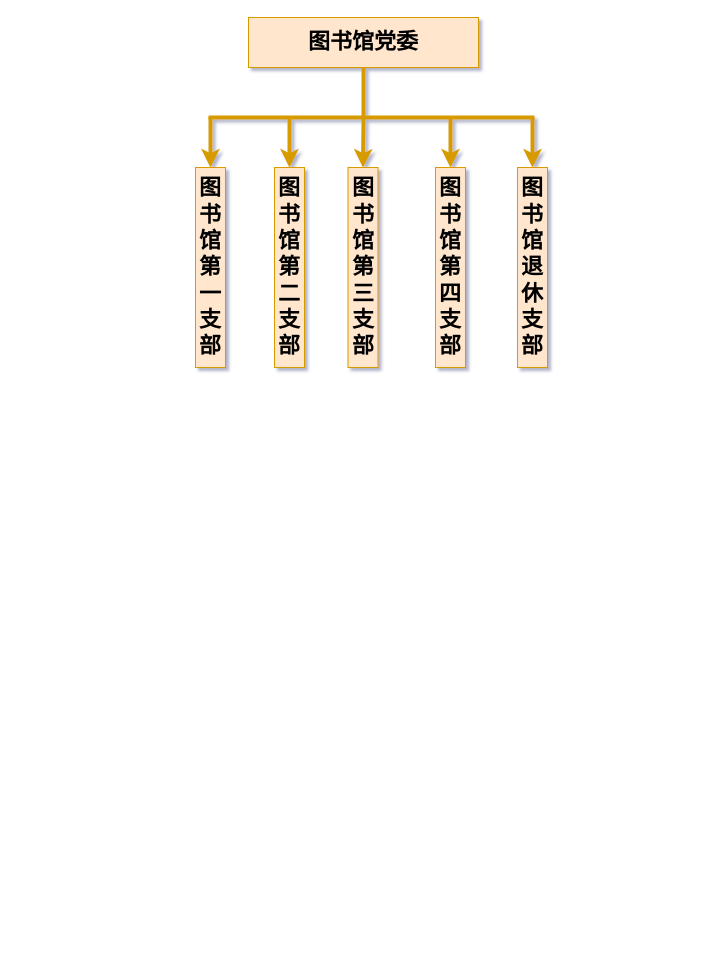
The draw.io diagram Untitled Diagram.drawio in yisqiu/iEdge, before the edit. Source tidied: cells renumbered, new cells numbered last; positions are measured from the earlier drawing's top-left corner, leaving out a move shared by most shapes. Both pictures are drawn from the tidied source at 100%, with x=0, y=0 at pixel (195, 17).
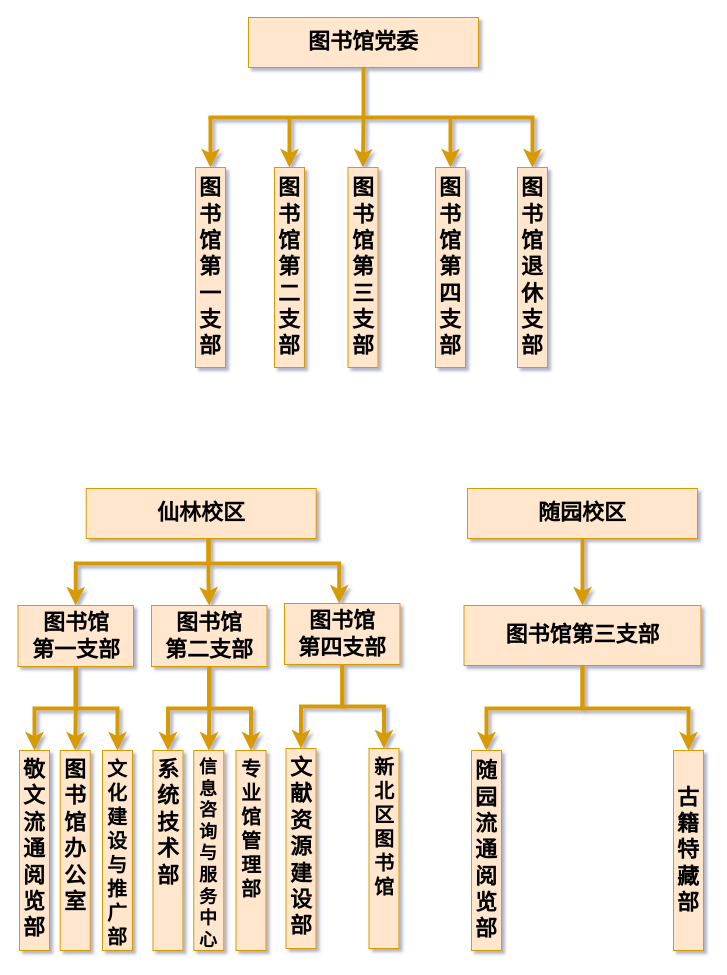
The same page after the edit.

Change to the diagram source:
```diff
@@
+    <mxCell id="15" style="group;" parent="1" vertex="1">
+      <mxGeometry x="-177.5" y="471" width="384" height="462" as="geometry" />
+    </mxCell>
+    <mxCell id="16" value="仙林校区" style="rounded=0;whiteSpace=wrap;html=1;fillColor=#ffe6cc;strokeColor=#d79b00;fontStyle=1;fontSize=22;" parent="15" vertex="1">
+      <mxGeometry x="68.2" width="230" height="50" as="geometry" />
+    </mxCell>
+    <mxCell id="17" value="图书馆&lt;br&gt;第一支部" style="rounded=0;whiteSpace=wrap;html=1;fillColor=#ffe6cc;strokeColor=#d79b00;fontStyle=1;fontSize=22;" parent="15" vertex="1">
+      <mxGeometry y="117" width="115.5" height="61" as="geometry" />
+    </mxCell>
+    <mxCell id="18" style="edgeStyle=elbowEdgeStyle;rounded=0;elbow=vertical;html=1;labelBackgroundColor=#ffffff;endArrow=classic;endFill=1;endSize=6;jettySize=auto;strokeWidth=4;fontSize=14;exitX=0.5;exitY=1;exitDx=0;exitDy=0;fillColor=#ffe6cc;strokeColor=#d79b00;entryX=0.5;entryY=0;entryDx=0;entryDy=0;" parent="15" edge="1" source="17" target="20">
+      <mxGeometry relative="1" as="geometry" />
+    </mxCell>
+    <mxCell id="19" style="edgeStyle=elbowEdgeStyle;rounded=0;elbow=vertical;html=1;labelBackgroundColor=#ffffff;endArrow=classic;endFill=1;endSize=6;jettySize=auto;strokeWidth=4;fontSize=14;exitX=0.5;exitY=1;exitDx=0;exitDy=0;entryX=0.5;entryY=0;entryDx=0;entryDy=0;fillColor=#ffe6cc;strokeColor=#d79b00;" parent="15" edge="1" source="17" target="21">
+      <mxGeometry relative="1" as="geometry">
+        <Array as="points">
+          <mxPoint x="67.5" y="223" />
+        </Array>
+      </mxGeometry>
+    </mxCell>
+    <mxCell id="20" value="敬文流通阅览部" style="rounded=0;whiteSpace=wrap;html=1;fillColor=#ffe6cc;strokeColor=#d79b00;fontStyle=1;fontSize=22;verticalAlign=top;" parent="15" vertex="1">
+      <mxGeometry x="1.5" y="262" width="30" height="200" as="geometry" />
+    </mxCell>
+    <mxCell id="21" value="图书馆办公室" style="rounded=0;whiteSpace=wrap;html=1;fillColor=#ffe6cc;strokeColor=#d79b00;fontStyle=1;fontSize=22;verticalAlign=top;" parent="15" vertex="1">
+      <mxGeometry x="42.2" y="262" width="30" height="200" as="geometry" />
+    </mxCell>
+    <mxCell id="22" value="文化建设与推广部" style="rounded=0;whiteSpace=wrap;html=1;fillColor=#ffe6cc;strokeColor=#d79b00;fontStyle=1;fontSize=20;verticalAlign=top;" parent="15" vertex="1">
+      <mxGeometry x="84.5" y="262" width="30" height="200" as="geometry" />
+    </mxCell>
+    <mxCell id="23" style="edgeStyle=elbowEdgeStyle;rounded=0;elbow=vertical;html=1;labelBackgroundColor=#ffffff;endArrow=classic;endFill=1;endSize=6;jettySize=auto;strokeWidth=4;fontSize=14;exitX=0.5;exitY=1;exitDx=0;exitDy=0;entryX=0.5;entryY=0;entryDx=0;entryDy=0;fillColor=#ffe6cc;strokeColor=#d79b00;" parent="15" edge="1" source="17" target="22">
+      <mxGeometry relative="1" as="geometry">
+        <Array as="points">
+          <mxPoint x="76.5" y="220" />
+        </Array>
+      </mxGeometry>
+    </mxCell>
+    <mxCell id="24" style="edgeStyle=elbowEdgeStyle;rounded=0;elbow=vertical;html=1;labelBackgroundColor=#ffffff;endArrow=classic;endFill=1;endSize=6;jettySize=auto;strokeWidth=4;fontSize=14;exitX=0.532;exitY=1;exitDx=0;exitDy=0;entryX=0.5;entryY=0;entryDx=0;entryDy=0;fillColor=#ffe6cc;strokeColor=#d79b00;exitPerimeter=0;" parent="15" edge="1" source="16" target="17">
+      <mxGeometry relative="1" as="geometry">
+        <Array as="points">
+          <mxPoint x="120.5" y="75" />
+        </Array>
+      </mxGeometry>
+    </mxCell>
+    <mxCell id="25" value="图书馆&lt;br&gt;第二支部" style="rounded=0;whiteSpace=wrap;html=1;fillColor=#ffe6cc;strokeColor=#d79b00;fontStyle=1;fontSize=22;" parent="15" vertex="1">
+      <mxGeometry x="133.5" y="117" width="115.5" height="61" as="geometry" />
+    </mxCell>
+    <mxCell id="26" style="edgeStyle=elbowEdgeStyle;rounded=0;elbow=vertical;html=1;labelBackgroundColor=#ffffff;endArrow=classic;endFill=1;endSize=6;jettySize=auto;strokeWidth=4;fontSize=14;exitX=0.5;exitY=1;exitDx=0;exitDy=0;fillColor=#ffe6cc;strokeColor=#d79b00;entryX=0.5;entryY=0;entryDx=0;entryDy=0;" parent="15" edge="1" source="25" target="28">
+      <mxGeometry relative="1" as="geometry" />
+    </mxCell>
+    <mxCell id="27" style="edgeStyle=elbowEdgeStyle;rounded=0;elbow=vertical;html=1;labelBackgroundColor=#ffffff;endArrow=classic;endFill=1;endSize=6;jettySize=auto;strokeWidth=4;fontSize=14;exitX=0.5;exitY=1;exitDx=0;exitDy=0;entryX=0.5;entryY=0;entryDx=0;entryDy=0;fillColor=#ffe6cc;strokeColor=#d79b00;" parent="15" edge="1" source="25" target="29">
+      <mxGeometry relative="1" as="geometry">
+        <Array as="points">
+          <mxPoint x="201" y="223" />
+        </Array>
+      </mxGeometry>
+    </mxCell>
+    <mxCell id="28" value="系统技术部" style="rounded=0;whiteSpace=wrap;html=1;fillColor=#ffe6cc;strokeColor=#d79b00;fontStyle=1;fontSize=22;verticalAlign=top;" parent="15" vertex="1">
+      <mxGeometry x="135" y="262" width="30" height="200" as="geometry" />
+    </mxCell>
+    <mxCell id="29" value="信息咨询与服务中心" style="rounded=0;whiteSpace=wrap;html=1;fillColor=#ffe6cc;strokeColor=#d79b00;fontStyle=1;fontSize=18;verticalAlign=top;" parent="15" vertex="1">
+      <mxGeometry x="175.8" y="262" width="30" height="200" as="geometry" />
+    </mxCell>
+    <mxCell id="30" value="专业馆管理部" style="rounded=0;whiteSpace=wrap;html=1;fillColor=#ffe6cc;strokeColor=#d79b00;fontStyle=1;fontSize=20;verticalAlign=top;" parent="15" vertex="1">
+      <mxGeometry x="218" y="262" width="30" height="200" as="geometry" />
+    </mxCell>
+    <mxCell id="31" style="edgeStyle=elbowEdgeStyle;rounded=0;elbow=vertical;html=1;labelBackgroundColor=#ffffff;endArrow=classic;endFill=1;endSize=6;jettySize=auto;strokeWidth=4;fontSize=14;exitX=0.5;exitY=1;exitDx=0;exitDy=0;entryX=0.5;entryY=0;entryDx=0;entryDy=0;fillColor=#ffe6cc;strokeColor=#d79b00;" parent="15" edge="1" source="25" target="30">
+      <mxGeometry relative="1" as="geometry">
+        <Array as="points">
+          <mxPoint x="210" y="220" />
+        </Array>
+      </mxGeometry>
+    </mxCell>
+    <mxCell id="32" value="图书馆&lt;br&gt;第四支部" style="rounded=0;whiteSpace=wrap;html=1;fillColor=#ffe6cc;strokeColor=#d79b00;fontStyle=1;fontSize=22;" parent="15" vertex="1">
+      <mxGeometry x="266.5" y="115" width="115.5" height="61" as="geometry" />
+    </mxCell>
+    <mxCell id="33" style="edgeStyle=elbowEdgeStyle;rounded=0;elbow=vertical;html=1;labelBackgroundColor=#ffffff;endArrow=classic;endFill=1;endSize=6;jettySize=auto;strokeWidth=4;fontSize=14;exitX=0.5;exitY=1;exitDx=0;exitDy=0;fillColor=#ffe6cc;strokeColor=#d79b00;entryX=0.5;entryY=0;entryDx=0;entryDy=0;" parent="15" edge="1" source="32" target="34">
+      <mxGeometry relative="1" as="geometry" />
+    </mxCell>
+    <mxCell id="34" value="文献资源建设部" style="rounded=0;whiteSpace=wrap;html=1;fillColor=#ffe6cc;strokeColor=#d79b00;fontStyle=1;fontSize=22;verticalAlign=top;" parent="15" vertex="1">
+      <mxGeometry x="268" y="260" width="30" height="200" as="geometry" />
+    </mxCell>
+    <mxCell id="35" value="新北区图书馆" style="rounded=0;whiteSpace=wrap;html=1;fillColor=#ffe6cc;strokeColor=#d79b00;fontStyle=1;fontSize=20;verticalAlign=top;" parent="15" vertex="1">
+      <mxGeometry x="351" y="260" width="30" height="200" as="geometry" />
+    </mxCell>
+    <mxCell id="36" style="edgeStyle=elbowEdgeStyle;rounded=0;elbow=vertical;html=1;labelBackgroundColor=#ffffff;endArrow=classic;endFill=1;endSize=6;jettySize=auto;strokeWidth=4;fontSize=14;exitX=0.5;exitY=1;exitDx=0;exitDy=0;entryX=0.5;entryY=0;entryDx=0;entryDy=0;fillColor=#ffe6cc;strokeColor=#d79b00;" parent="15" edge="1" source="32" target="35">
+      <mxGeometry relative="1" as="geometry">
+        <Array as="points">
+          <mxPoint x="343" y="218" />
+        </Array>
+      </mxGeometry>
+    </mxCell>
+    <mxCell id="37" style="edgeStyle=elbowEdgeStyle;rounded=0;elbow=vertical;html=1;labelBackgroundColor=#ffffff;endArrow=classic;endFill=1;endSize=6;jettySize=auto;orthogonalLoop=1;strokeWidth=4;fontSize=14;exitX=0.545;exitY=1.02;exitDx=0;exitDy=0;entryX=0.5;entryY=0;entryDx=0;entryDy=0;fillColor=#ffe6cc;strokeColor=#d79b00;exitPerimeter=0;" parent="15" edge="1">
+      <mxGeometry relative="1" as="geometry">
+        <mxPoint x="190.6" y="51" as="sourcePoint" />
+        <mxPoint x="321.2" y="115" as="targetPoint" />
+        <Array as="points">
+          <mxPoint x="257.5" y="75" />
+          <mxPoint x="384" y="73" />
+        </Array>
+      </mxGeometry>
+    </mxCell>
+    <mxCell id="38" style="edgeStyle=elbowEdgeStyle;rounded=0;elbow=vertical;html=1;labelBackgroundColor=#ffffff;endArrow=classic;endFill=1;endSize=6;jettySize=auto;strokeWidth=4;fontSize=14;fillColor=#ffe6cc;strokeColor=#d79b00;entryX=0.5;entryY=0;entryDx=0;entryDy=0;" parent="15" edge="1" target="25">
+      <mxGeometry relative="1" as="geometry">
+        <mxPoint x="190.5" y="50" as="sourcePoint" />
+        <Array as="points">
+          <mxPoint x="190.5" y="94" />
+        </Array>
+      </mxGeometry>
+    </mxCell>
+    <mxCell id="39" style="group;" parent="1" vertex="1">
+      <mxGeometry x="268.5" y="471" width="239.5" height="462" as="geometry" />
+    </mxCell>
+    <mxCell id="40" value="随园校区" style="rounded=0;whiteSpace=wrap;html=1;fillColor=#ffe6cc;strokeColor=#d79b00;fontStyle=1;fontSize=22;" parent="39" vertex="1">
+      <mxGeometry x="3.5" width="230" height="50" as="geometry" />
+    </mxCell>
+    <mxCell id="41" style="endArrow=classic;html=1;rounded=0;fontSize=22;strokeWidth=4;entryX=0.5;entryY=0;entryDx=0;entryDy=0;fillColor=#ffe6cc;strokeColor=#d79b00;" parent="39" edge="1" source="40" target="42">
+      <mxGeometry relative="1" as="geometry" />
+    </mxCell>
+    <mxCell id="42" value="图书馆第三支部" style="rounded=0;whiteSpace=wrap;html=1;fillColor=#ffe6cc;strokeColor=#d79b00;fontStyle=1;fontSize=22;" parent="39" vertex="1">
+      <mxGeometry y="117" width="237" height="60" as="geometry" />
+    </mxCell>
+    <mxCell id="43" value="随园流通阅览部" style="rounded=0;whiteSpace=wrap;html=1;fillColor=#ffe6cc;strokeColor=#d79b00;fontStyle=1;fontSize=22;" parent="39" vertex="1">
+      <mxGeometry x="7.5" y="262" width="30" height="200" as="geometry" />
+    </mxCell>
+    <mxCell id="44" value="古籍特藏部" style="rounded=0;whiteSpace=wrap;html=1;fillColor=#ffe6cc;strokeColor=#d79b00;fontStyle=1;fontSize=22;" parent="39" vertex="1">
+      <mxGeometry x="209.5" y="262" width="30" height="200" as="geometry" />
+    </mxCell>
+    <mxCell id="45" style="edgeStyle=elbowEdgeStyle;rounded=0;elbow=vertical;html=1;labelBackgroundColor=#ffffff;endArrow=classic;endFill=1;endSize=6;jettySize=auto;strokeWidth=4;fontSize=14;exitX=0.5;exitY=1;exitDx=0;exitDy=0;entryX=0.5;entryY=0;entryDx=0;entryDy=0;fillColor=#ffe6cc;strokeColor=#d79b00;" parent="39" edge="1" source="42" target="43">
+      <mxGeometry relative="1" as="geometry" />
+    </mxCell>
+    <mxCell id="46" style="edgeStyle=elbowEdgeStyle;rounded=0;elbow=vertical;html=1;labelBackgroundColor=#ffffff;endArrow=classic;endFill=1;endSize=6;jettySize=auto;strokeWidth=4;fontSize=14;exitX=0.5;exitY=1;exitDx=0;exitDy=0;entryX=0.5;entryY=0;entryDx=0;entryDy=0;fillColor=#ffe6cc;strokeColor=#d79b00;" parent="39" edge="1" source="42" target="44">
+      <mxGeometry relative="1" as="geometry" />
+    </mxCell>
```
